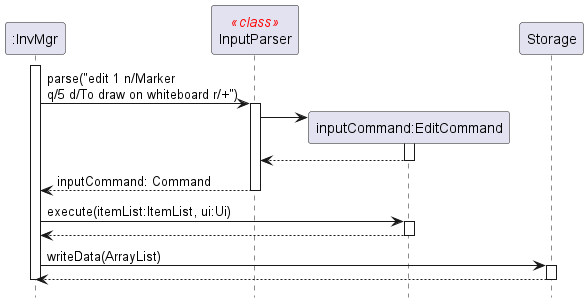
Before: docs/img/EditCommand1SequenceDiagram.png, a diagram exported from PlantUML (nus-cs2113-AY2122S2/tp). The source it was exported from:
```plantuml
@startuml

skinparam sequenceStereotypeFontColor red
hide footbox

Participant ":InvMgr" as InvMgr
Participant "InputParser" as InputParser <<class>>
Participant "inputCommand:EditCommand" as EditCommand

activate InvMgr
    InvMgr -> InputParser: parse("edit 1 n/Marker \nq/5 d/To draw on whiteboard r/+")
    activate InputParser
        create EditCommand
        InputParser -> EditCommand:
        activate EditCommand
        return
    return inputCommand: Command

    InvMgr -> EditCommand: execute(itemList:ItemList, ui:Ui)
    activate EditCommand
    return

    InvMgr -> Storage: writeData(ArrayList)
    activate Storage
    return

deactivate InvMgr

@enduml
```
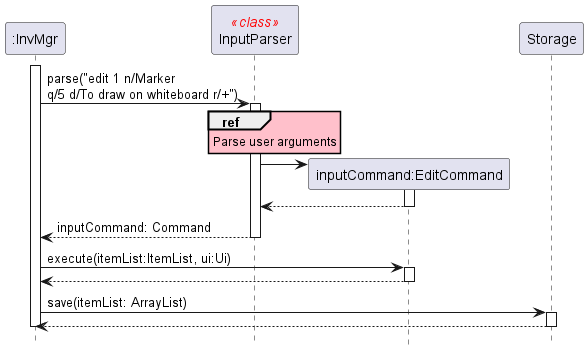
The same diagram one commit later.

Commit message:
Fix error in referring to save() method of Storage in DG

The edit, as a diff of the source:
```diff
@@ -1,6 +1,7 @@
 @startuml
 
 skinparam sequenceStereotypeFontColor red
+skinparam SequenceReferenceBackgroundColor pink
 hide footbox
 
 Participant ":InvMgr" as InvMgr
@@ -9,6 +10,9 @@
 
 activate InvMgr
     InvMgr -> InputParser: parse("edit 1 n/Marker \nq/5 d/To draw on whiteboard r/+")
+    ref over InputParser
+        Parse user arguments
+    end
     activate InputParser
         create EditCommand
         InputParser -> EditCommand:
@@ -20,7 +24,7 @@
     activate EditCommand
     return
 
-    InvMgr -> Storage: writeData(ArrayList)
+    InvMgr -> Storage: save(itemList: ArrayList)
     activate Storage
     return
 
```
